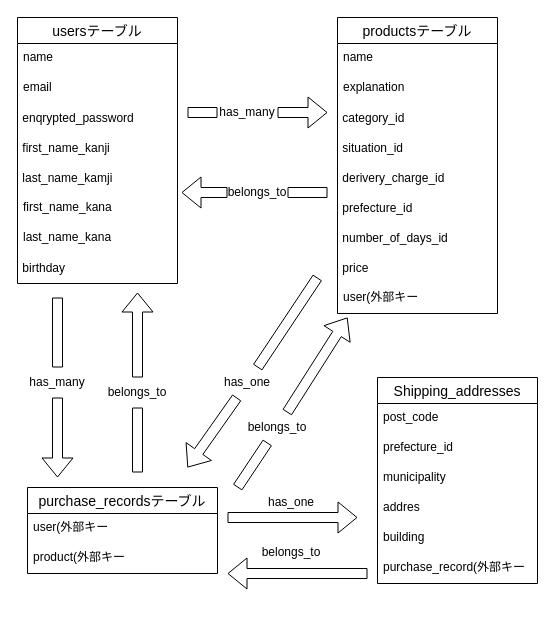
Above: page "ページ1" (1 of 2) of er図.dio in snsk1997/furima-38458 (draw.io), before the change. Source tidied: cells renumbered, new cells numbered last; positions are measured from the earlier drawing's top-left corner, leaving out a move shared by most shapes. Both pictures are drawn from the tidied source at 100%, with x=0, y=0 at pixel (17, 17).
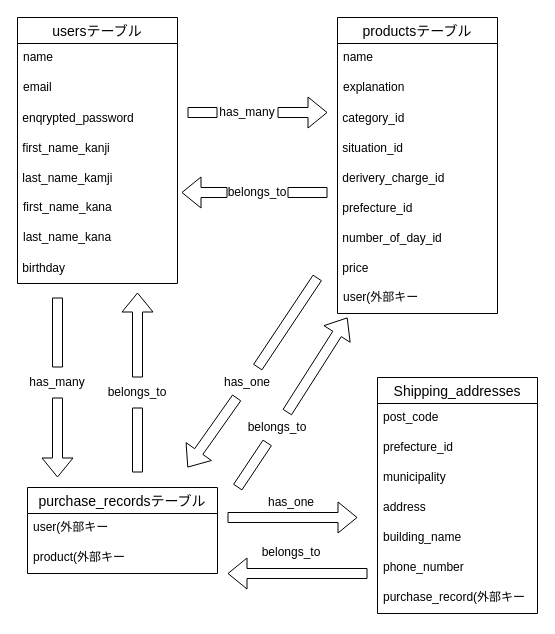
The same page after the edit.

Unchanged cells that the change refers to:
```xml
<mxCell id="11" value="productsテーブル" style="swimlane;fontStyle=0;horizontal=1;startSize=26;align=center;fontSize=14;" parent="1" vertex="1">
  <mxGeometry x="320" width="160" height="296" as="geometry" />
</mxCell>
```

Diff of the diagram source:
```diff
@@
-    <mxCell id="18" value="&amp;nbsp;number_of_days_id" style="text;html=1;strokeColor=none;fillColor=none;align=left;verticalAlign=middle;whiteSpace=wrap;rounded=0;fontStyle=0;" parent="11" vertex="1">
+    <mxCell id="18" value="&amp;nbsp;number_of_day_id" style="text;html=1;strokeColor=none;fillColor=none;align=left;verticalAlign=middle;whiteSpace=wrap;rounded=0;fontStyle=0;" parent="11" vertex="1">
       <mxGeometry y="206" width="160" height="30" as="geometry" />
     </mxCell>
@@
     <mxCell id="24" value="Shipping_addresses" style="swimlane;fontStyle=0;horizontal=1;startSize=26;align=center;fontSize=14;" parent="1" vertex="1">
-      <mxGeometry x="360" y="360" width="160" height="206" as="geometry" />
+      <mxGeometry x="360" y="360" width="160" height="236" as="geometry" />
     </mxCell>
@@
-    <mxCell id="28" value="addres" style="text;strokeColor=none;fillColor=none;spacingLeft=4;spacingRight=4;overflow=hidden;fontSize=12;" parent="24" vertex="1">
+    <mxCell id="28" value="address" style="text;strokeColor=none;fillColor=none;spacingLeft=4;spacingRight=4;overflow=hidden;fontSize=12;" parent="24" vertex="1">
       <mxGeometry y="116" width="160" height="30" as="geometry" />
     </mxCell>
-    <mxCell id="29" value="building" style="text;strokeColor=none;fillColor=none;spacingLeft=4;spacingRight=4;overflow=hidden;fontSize=12;" parent="24" vertex="1">
+    <mxCell id="29" value="building_name" style="text;strokeColor=none;fillColor=none;spacingLeft=4;spacingRight=4;overflow=hidden;fontSize=12;" parent="24" vertex="1">
       <mxGeometry y="146" width="160" height="30" as="geometry" />
     </mxCell>
+    <mxCell id="53" value="phone_number" style="text;strokeColor=none;fillColor=none;spacingLeft=4;spacingRight=4;overflow=hidden;fontSize=12;" parent="24" vertex="1">
+      <mxGeometry y="176" width="160" height="30" as="geometry" />
+    </mxCell>
     <mxCell id="30" value="purchase_record(外部キー" style="text;strokeColor=none;fillColor=none;spacingLeft=4;spacingRight=4;overflow=hidden;fontSize=12;" parent="24" vertex="1">
-      <mxGeometry y="176" width="160" height="30" as="geometry" />
+      <mxGeometry y="206" width="160" height="30" as="geometry" />
     </mxCell>
```
